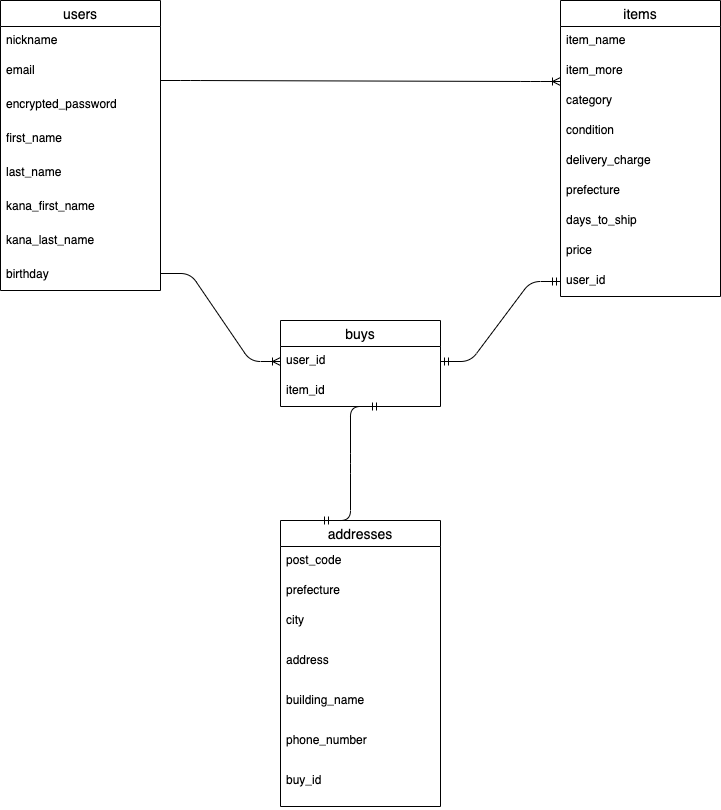
IKECHAN79/furima-37592 keeps this draw.io diagram as furima.drawio.png. Above is the earlier version. Source tidied: cells renumbered, new cells last; positions are measured from the earlier drawing's top-left corner, leaving out a move shared by most shapes.
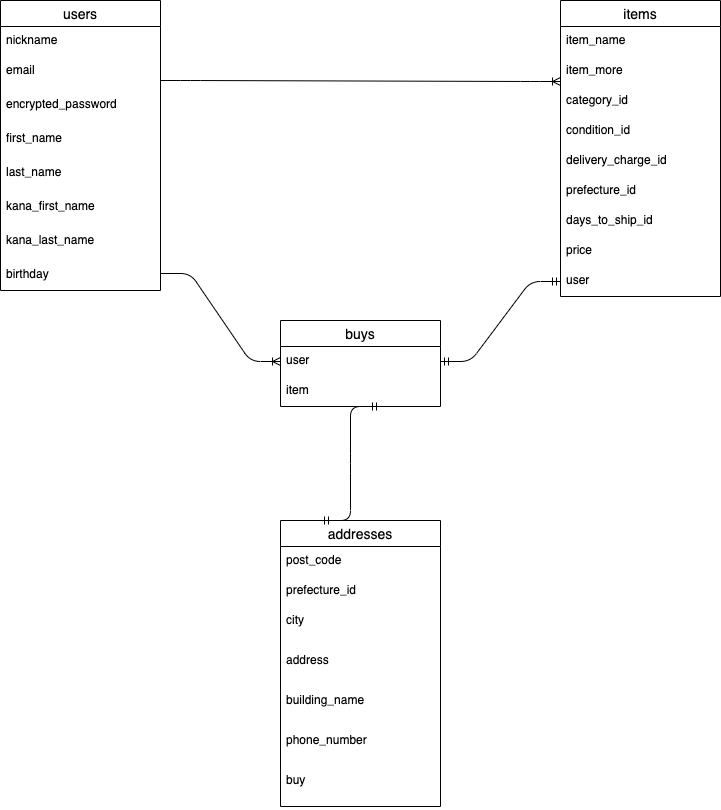
After the change.

Commit message:
データーベース設計修正②

The edit, as a diff of the source:
```diff
@@ -38,34 +38,34 @@
     <mxCell id="13" value="item_more" style="text;strokeColor=none;fillColor=none;spacingLeft=4;spacingRight=4;overflow=hidden;fontSize=12;" parent="11" vertex="1">
       <mxGeometry y="56" width="160" height="30" as="geometry" />
     </mxCell>
-    <mxCell id="14" value="category" style="text;strokeColor=none;fillColor=none;spacingLeft=4;spacingRight=4;overflow=hidden;fontSize=12;" parent="11" vertex="1">
+    <mxCell id="14" value="category_id" style="text;strokeColor=none;fillColor=none;spacingLeft=4;spacingRight=4;overflow=hidden;fontSize=12;" parent="11" vertex="1">
       <mxGeometry y="86" width="160" height="30" as="geometry" />
     </mxCell>
-    <mxCell id="15" value="condition" style="text;strokeColor=none;fillColor=none;spacingLeft=4;spacingRight=4;overflow=hidden;fontSize=12;" parent="11" vertex="1">
+    <mxCell id="15" value="condition_id" style="text;strokeColor=none;fillColor=none;spacingLeft=4;spacingRight=4;overflow=hidden;fontSize=12;" parent="11" vertex="1">
       <mxGeometry y="116" width="160" height="30" as="geometry" />
     </mxCell>
-    <mxCell id="16" value="delivery_charge" style="text;strokeColor=none;fillColor=none;spacingLeft=4;spacingRight=4;overflow=hidden;fontSize=12;" parent="11" vertex="1">
+    <mxCell id="16" value="delivery_charge_id" style="text;strokeColor=none;fillColor=none;spacingLeft=4;spacingRight=4;overflow=hidden;fontSize=12;" parent="11" vertex="1">
       <mxGeometry y="146" width="160" height="30" as="geometry" />
     </mxCell>
-    <mxCell id="17" value="prefecture" style="text;strokeColor=none;fillColor=none;spacingLeft=4;spacingRight=4;overflow=hidden;fontSize=12;" parent="11" vertex="1">
+    <mxCell id="17" value="prefecture_id" style="text;strokeColor=none;fillColor=none;spacingLeft=4;spacingRight=4;overflow=hidden;fontSize=12;" parent="11" vertex="1">
       <mxGeometry y="176" width="160" height="30" as="geometry" />
     </mxCell>
-    <mxCell id="18" value="days_to_ship" style="text;strokeColor=none;fillColor=none;spacingLeft=4;spacingRight=4;overflow=hidden;fontSize=12;" parent="11" vertex="1">
+    <mxCell id="18" value="days_to_ship_id" style="text;strokeColor=none;fillColor=none;spacingLeft=4;spacingRight=4;overflow=hidden;fontSize=12;" parent="11" vertex="1">
       <mxGeometry y="206" width="160" height="30" as="geometry" />
     </mxCell>
     <mxCell id="19" value="price" style="text;strokeColor=none;fillColor=none;spacingLeft=4;spacingRight=4;overflow=hidden;fontSize=12;" parent="11" vertex="1">
       <mxGeometry y="236" width="160" height="30" as="geometry" />
     </mxCell>
-    <mxCell id="20" value="user_id" style="text;strokeColor=none;fillColor=none;spacingLeft=4;spacingRight=4;overflow=hidden;points=[[0,0.5],[1,0.5]];portConstraint=eastwest;fontSize=12;" parent="11" vertex="1">
+    <mxCell id="20" value="user" style="text;strokeColor=none;fillColor=none;spacingLeft=4;spacingRight=4;overflow=hidden;points=[[0,0.5],[1,0.5]];portConstraint=eastwest;fontSize=12;" parent="11" vertex="1">
       <mxGeometry y="266" width="160" height="30" as="geometry" />
     </mxCell>
     <mxCell id="21" value="buys" style="swimlane;fontStyle=0;horizontal=1;startSize=26;align=center;fontSize=14;fontColor=default;" parent="1" vertex="1">
       <mxGeometry x="280" y="320" width="160" height="86" as="geometry" />
     </mxCell>
-    <mxCell id="22" value="user_id" style="text;strokeColor=none;fillColor=none;spacingLeft=4;spacingRight=4;overflow=hidden;points=[[0,0.5],[1,0.5]];portConstraint=eastwest;fontSize=12;" parent="21" vertex="1">
+    <mxCell id="22" value="user" style="text;strokeColor=none;fillColor=none;spacingLeft=4;spacingRight=4;overflow=hidden;points=[[0,0.5],[1,0.5]];portConstraint=eastwest;fontSize=12;" parent="21" vertex="1">
       <mxGeometry y="26" width="160" height="30" as="geometry" />
     </mxCell>
-    <mxCell id="23" value="item_id" style="text;strokeColor=none;fillColor=none;spacingLeft=4;spacingRight=4;overflow=hidden;fontSize=12;" parent="21" vertex="1">
+    <mxCell id="23" value="item" style="text;strokeColor=none;fillColor=none;spacingLeft=4;spacingRight=4;overflow=hidden;fontSize=12;" parent="21" vertex="1">
       <mxGeometry y="56" width="160" height="30" as="geometry" />
     </mxCell>
     <mxCell id="24" value="addresses" style="swimlane;fontStyle=0;horizontal=1;startSize=26;align=center;fontSize=14;" parent="1" vertex="1">
@@ -74,7 +74,7 @@
     <mxCell id="25" value="post_code" style="text;strokeColor=none;fillColor=none;spacingLeft=4;spacingRight=4;overflow=hidden;fontSize=12;" parent="24" vertex="1">
       <mxGeometry y="26" width="160" height="30" as="geometry" />
     </mxCell>
-    <mxCell id="26" value="prefecture" style="text;strokeColor=none;fillColor=none;spacingLeft=4;spacingRight=4;overflow=hidden;fontSize=12;" parent="24" vertex="1">
+    <mxCell id="26" value="prefecture_id" style="text;strokeColor=none;fillColor=none;spacingLeft=4;spacingRight=4;overflow=hidden;fontSize=12;" parent="24" vertex="1">
       <mxGeometry y="56" width="160" height="30" as="geometry" />
     </mxCell>
     <mxCell id="27" value="city" style="text;strokeColor=none;fillColor=none;spacingLeft=4;spacingRight=4;overflow=hidden;fontSize=12;" parent="24" vertex="1">
@@ -89,7 +89,7 @@
     <mxCell id="30" value="phone_number" style="text;strokeColor=none;fillColor=none;spacingLeft=4;spacingRight=4;overflow=hidden;fontSize=12;" parent="24" vertex="1">
       <mxGeometry y="206" width="160" height="40" as="geometry" />
     </mxCell>
-    <mxCell id="31" value="buy_id" style="text;strokeColor=none;fillColor=none;spacingLeft=4;spacingRight=4;overflow=hidden;fontSize=12;" parent="24" vertex="1">
+    <mxCell id="31" value="buy" style="text;strokeColor=none;fillColor=none;spacingLeft=4;spacingRight=4;overflow=hidden;fontSize=12;" parent="24" vertex="1">
       <mxGeometry y="246" width="160" height="40" as="geometry" />
     </mxCell>
     <mxCell id="32" style="edgeStyle=entityRelationEdgeStyle;fontSize=12;html=1;endArrow=ERoneToMany;" parent="1" edge="1">
```
